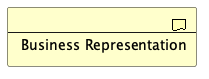
Above: doc/elements/business-representation.plantuml.png in SixArm/archimate-examples (PlantUML), before the change.
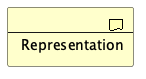
The same diagram one commit later.

Diff of the diagram source:
```diff
@@ -1,4 +1,4 @@
 @startuml
 !include <archimate/Archimate>
-Business_Representation(BRep_01, "Business Representation")
+Business_Representation(Representation, "Representation")
 @enduml
```
